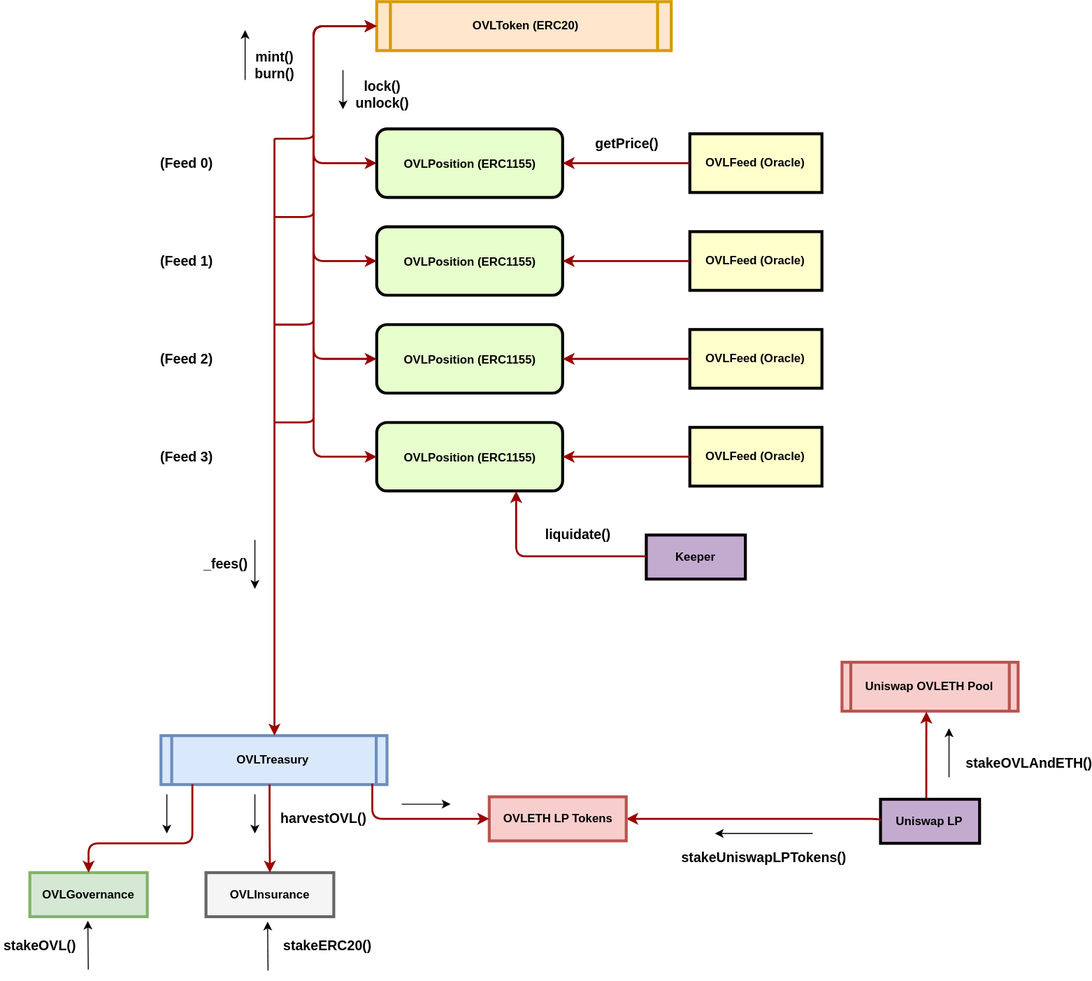
Before: specs/OVL.svg, a diagram exported from draw.io (overlay-market/markets). Source tidied: cells renumbered, new cells last; positions are measured from the earlier drawing's top-left corner, leaving out a move shared by most shapes.
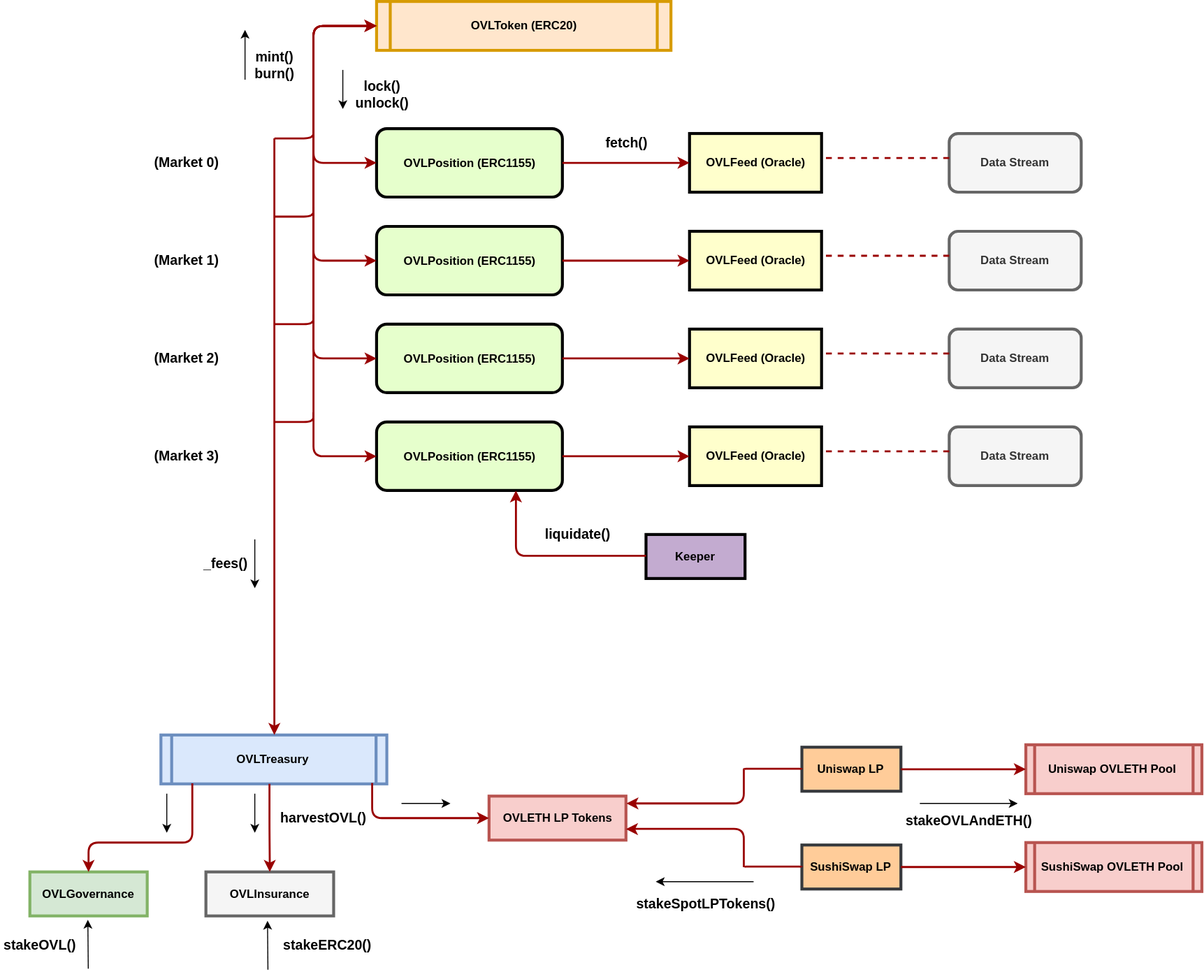
The same diagram one commit later.

Change to the diagram source:
```diff
@@ -11,7 +11,7 @@
     <mxCell id="4" value="OVLFeed (Oracle)" style="whiteSpace=wrap;align=center;verticalAlign=middle;fontStyle=1;strokeWidth=3;fillColor=#FFFFCC;" parent="1" vertex="1">
       <mxGeometry x="704.5" y="135" width="135" height="60" as="geometry" />
     </mxCell>
-    <mxCell id="5" style="edgeStyle=elbowEdgeStyle;elbow=vertical;strokeColor=#990000;strokeWidth=2;entryX=1;entryY=0.5;entryDx=0;entryDy=0;exitX=0;exitY=0.5;exitDx=0;exitDy=0;" parent="1" edge="1" source="4" target="3">
+    <mxCell id="5" style="edgeStyle=elbowEdgeStyle;elbow=vertical;strokeColor=#990000;strokeWidth=2;entryX=1;entryY=0.5;entryDx=0;entryDy=0;exitX=0;exitY=0.5;exitDx=0;exitDy=0;startArrow=classic;startFill=1;endArrow=none;endFill=0;" parent="1" edge="1" source="4" target="3">
       <mxGeometry relative="1" as="geometry">
         <Array as="points">
           <mxPoint x="574.5" y="165" />
@@ -25,7 +25,7 @@
         </Array>
       </mxGeometry>
     </mxCell>
-    <mxCell id="7" value="(Feed 0)" style="text;strokeColor=none;fillColor=none;html=1;fontSize=14;fontStyle=1;verticalAlign=middle;align=center;" parent="1" vertex="1">
+    <mxCell id="7" value="(Market 0)" style="text;strokeColor=none;fillColor=none;html=1;fontSize=14;fontStyle=1;verticalAlign=middle;align=center;" parent="1" vertex="1">
       <mxGeometry x="140" y="150" width="100" height="30" as="geometry" />
     </mxCell>
     <mxCell id="8" value="&lt;br&gt;&lt;div&gt;&lt;br&gt;&lt;/div&gt;&lt;div&gt;OVLPosition (ERC1155)&lt;/div&gt;" style="verticalAlign=middle;align=center;overflow=fill;fontSize=12;fontFamily=Helvetica;html=1;rounded=1;fontStyle=1;strokeWidth=3;fillColor=#E6FFCC;" parent="1" vertex="1">
@@ -34,14 +34,14 @@
     <mxCell id="9" value="OVLFeed (Oracle)" style="whiteSpace=wrap;align=center;verticalAlign=middle;fontStyle=1;strokeWidth=3;fillColor=#FFFFCC;" parent="1" vertex="1">
       <mxGeometry x="704.5" y="235" width="135" height="60" as="geometry" />
     </mxCell>
-    <mxCell id="10" style="edgeStyle=elbowEdgeStyle;elbow=vertical;strokeColor=#990000;strokeWidth=2;entryX=1;entryY=0.5;entryDx=0;entryDy=0;exitX=0;exitY=0.5;exitDx=0;exitDy=0;" parent="1" edge="1" source="9" target="8">
+    <mxCell id="10" style="edgeStyle=elbowEdgeStyle;elbow=vertical;strokeColor=#990000;strokeWidth=2;entryX=1;entryY=0.5;entryDx=0;entryDy=0;exitX=0;exitY=0.5;exitDx=0;exitDy=0;startArrow=classic;startFill=1;endArrow=none;endFill=0;" parent="1" edge="1" source="9" target="8">
       <mxGeometry relative="1" as="geometry">
         <Array as="points">
           <mxPoint x="574.5" y="265" />
         </Array>
       </mxGeometry>
     </mxCell>
-    <mxCell id="11" value="(Feed 1)" style="text;strokeColor=none;fillColor=none;html=1;fontSize=14;fontStyle=1;verticalAlign=middle;align=center;" parent="1" vertex="1">
+    <mxCell id="11" value="(Market 1)" style="text;strokeColor=none;fillColor=none;html=1;fontSize=14;fontStyle=1;verticalAlign=middle;align=center;" parent="1" vertex="1">
       <mxGeometry x="140" y="250" width="100" height="30" as="geometry" />
     </mxCell>
     <mxCell id="12" value="&lt;br&gt;&lt;div&gt;&lt;br&gt;&lt;/div&gt;&lt;div&gt;OVLPosition (ERC1155)&lt;/div&gt;" style="verticalAlign=middle;align=center;overflow=fill;fontSize=12;fontFamily=Helvetica;html=1;rounded=1;fontStyle=1;strokeWidth=3;fillColor=#E6FFCC;" parent="1" vertex="1">
@@ -50,14 +50,14 @@
     <mxCell id="13" value="OVLFeed (Oracle)" style="whiteSpace=wrap;align=center;verticalAlign=middle;fontStyle=1;strokeWidth=3;fillColor=#FFFFCC;" parent="1" vertex="1">
       <mxGeometry x="704.5" y="335" width="135" height="60" as="geometry" />
     </mxCell>
-    <mxCell id="14" style="edgeStyle=elbowEdgeStyle;elbow=vertical;strokeColor=#990000;strokeWidth=2;entryX=1;entryY=0.5;entryDx=0;entryDy=0;exitX=0;exitY=0.5;exitDx=0;exitDy=0;" parent="1" edge="1" source="13" target="12">
+    <mxCell id="14" style="edgeStyle=elbowEdgeStyle;elbow=vertical;strokeColor=#990000;strokeWidth=2;entryX=1;entryY=0.5;entryDx=0;entryDy=0;exitX=0;exitY=0.5;exitDx=0;exitDy=0;startArrow=classic;startFill=1;endArrow=none;endFill=0;" parent="1" edge="1" source="13" target="12">
       <mxGeometry relative="1" as="geometry">
         <Array as="points">
           <mxPoint x="574.5" y="365" />
         </Array>
       </mxGeometry>
     </mxCell>
-    <mxCell id="15" value="(Feed 2)" style="text;strokeColor=none;fillColor=none;html=1;fontSize=14;fontStyle=1;verticalAlign=middle;align=center;" parent="1" vertex="1">
+    <mxCell id="15" value="(Market 2)" style="text;strokeColor=none;fillColor=none;html=1;fontSize=14;fontStyle=1;verticalAlign=middle;align=center;" parent="1" vertex="1">
       <mxGeometry x="140" y="350" width="100" height="30" as="geometry" />
     </mxCell>
     <mxCell id="16" value="&lt;br&gt;&lt;div&gt;&lt;br&gt;&lt;/div&gt;&lt;div&gt;OVLPosition (ERC1155)&lt;/div&gt;" style="verticalAlign=middle;align=center;overflow=fill;fontSize=12;fontFamily=Helvetica;html=1;rounded=1;fontStyle=1;strokeWidth=3;fillColor=#E6FFCC;" parent="1" vertex="1">
@@ -66,14 +66,14 @@
     <mxCell id="17" value="OVLFeed (Oracle)" style="whiteSpace=wrap;align=center;verticalAlign=middle;fontStyle=1;strokeWidth=3;fillColor=#FFFFCC;" parent="1" vertex="1">
       <mxGeometry x="704.5" y="435" width="135" height="60" as="geometry" />
     </mxCell>
-    <mxCell id="18" style="edgeStyle=elbowEdgeStyle;elbow=vertical;strokeColor=#990000;strokeWidth=2;entryX=1;entryY=0.5;entryDx=0;entryDy=0;exitX=0;exitY=0.5;exitDx=0;exitDy=0;" parent="1" edge="1" source="17" target="16">
+    <mxCell id="18" style="edgeStyle=elbowEdgeStyle;elbow=vertical;strokeColor=#990000;strokeWidth=2;entryX=1;entryY=0.5;entryDx=0;entryDy=0;exitX=0;exitY=0.5;exitDx=0;exitDy=0;startArrow=classic;startFill=1;endArrow=none;endFill=0;" parent="1" edge="1" source="17" target="16">
       <mxGeometry relative="1" as="geometry">
         <Array as="points">
           <mxPoint x="574.5" y="465" />
         </Array>
       </mxGeometry>
     </mxCell>
-    <mxCell id="19" value="(Feed 3)" style="text;strokeColor=none;fillColor=none;html=1;fontSize=14;fontStyle=1;verticalAlign=middle;align=center;" parent="1" vertex="1">
+    <mxCell id="19" value="(Market 3)" style="text;strokeColor=none;fillColor=none;html=1;fontSize=14;fontStyle=1;verticalAlign=middle;align=center;" parent="1" vertex="1">
       <mxGeometry x="140" y="450" width="100" height="30" as="geometry" />
     </mxCell>
     <mxCell id="20" style="edgeStyle=elbowEdgeStyle;elbow=vertical;strokeColor=#990000;strokeWidth=2;entryX=0;entryY=0.5;entryDx=0;entryDy=0;exitX=0;exitY=0.5;exitDx=0;exitDy=0;startArrow=classic;startFill=1;" parent="1" edge="1" source="8" target="2">
@@ -116,7 +116,7 @@
         <mxPoint x="350" y="110" as="targetPoint" />
       </mxGeometry>
     </mxCell>
-    <mxCell id="27" value="getPrice()" style="text;strokeColor=none;fillColor=none;html=1;fontSize=14;fontStyle=1;verticalAlign=middle;align=center;" parent="1" vertex="1">
+    <mxCell id="27" value="fetch()" style="text;strokeColor=none;fillColor=none;html=1;fontSize=14;fontStyle=1;verticalAlign=middle;align=center;" parent="1" vertex="1">
       <mxGeometry x="610" y="130" width="60" height="30" as="geometry" />
     </mxCell>
     <mxCell id="28" value="OVLTreasury" style="shape=process;whiteSpace=wrap;align=center;verticalAlign=middle;size=0.0475;fontStyle=1;strokeWidth=3;fillColor=#dae8fc;strokeColor=#6c8ebf;" parent="1" vertex="1">
@@ -215,10 +215,10 @@
       <mxGeometry y="950" width="80" height="30" as="geometry" />
     </mxCell>
     <mxCell id="45" value="Uniswap OVLETH Pool" style="shape=process;whiteSpace=wrap;align=center;verticalAlign=middle;size=0.0475;fontStyle=1;strokeWidth=3;fillColor=#f8cecc;strokeColor=#b85450;" parent="1" vertex="1">
-      <mxGeometry x="860" y="675" width="180" height="50" as="geometry" />
+      <mxGeometry x="1048.4" y="760" width="180" height="50" as="geometry" />
     </mxCell>
-    <mxCell id="46" value="Uniswap LP" style="whiteSpace=wrap;align=center;verticalAlign=middle;fontStyle=1;strokeWidth=3;fillColor=#C3ABD0;" parent="1" vertex="1">
-      <mxGeometry x="899.4" y="815" width="101.2" height="45" as="geometry" />
+    <mxCell id="46" value="Uniswap LP" style="whiteSpace=wrap;align=center;verticalAlign=middle;fontStyle=1;strokeWidth=3;fillColor=#ffcc99;strokeColor=#36393d;" parent="1" vertex="1">
+      <mxGeometry x="819.4" y="762.5" width="101.2" height="45" as="geometry" />
     </mxCell>
     <mxCell id="47" style="endArrow=classic;html=1;fontSize=14;" parent="1" edge="1">
       <mxGeometry relative="1" as="geometry">
@@ -229,13 +229,6 @@
     <mxCell id="48" value="harvestOVL()" style="text;strokeColor=none;fillColor=none;html=1;fontSize=14;fontStyle=1;verticalAlign=middle;align=center;" parent="1" vertex="1">
       <mxGeometry x="290" y="820" width="80" height="30" as="geometry" />
     </mxCell>
-    <mxCell id="49" style="edgeStyle=elbowEdgeStyle;elbow=vertical;strokeColor=#990000;strokeWidth=2;exitX=0;exitY=0.5;exitDx=0;exitDy=0;entryX=1;entryY=0.5;entryDx=0;entryDy=0;" parent="1" edge="1" source="46" target="55">
-      <mxGeometry relative="1" as="geometry">
-        <Array as="points">
-          <mxPoint x="830" y="835" />
-        </Array>
-      </mxGeometry>
-    </mxCell>
     <mxCell id="50" style="endArrow=none;html=1;fontSize=14;endFill=0;startArrow=classic;startFill=1;" parent="1" edge="1">
       <mxGeometry relative="1" as="geometry">
         <mxPoint x="170" y="850" as="sourcePoint" />
@@ -254,23 +247,17 @@
         </Array>
       </mxGeometry>
     </mxCell>
-    <mxCell id="52" style="edgeStyle=elbowEdgeStyle;elbow=vertical;strokeColor=#990000;strokeWidth=2;entryX=0.479;entryY=1.01;entryDx=0;entryDy=0;startArrow=none;startFill=0;exitX=0.462;exitY=-0.024;exitDx=0;exitDy=0;exitPerimeter=0;entryPerimeter=0;" parent="1" edge="1" source="46" target="45">
+    <mxCell id="52" style="edgeStyle=elbowEdgeStyle;elbow=vertical;strokeColor=#990000;strokeWidth=2;startArrow=none;startFill=0;" parent="1" edge="1" source="46" target="45">
       <mxGeometry relative="1" as="geometry">
         <Array as="points">
-          <mxPoint x="939.4" y="772.5" />
-          <mxPoint x="854.4" y="755" />
+          <mxPoint x="1059.4" y="785" />
+          <mxPoint x="743.8" y="702.5" />
         </Array>
       </mxGeometry>
     </mxCell>
     <mxCell id="53" value="stakeOVLAndETH()" style="text;strokeColor=none;fillColor=none;html=1;fontSize=14;fontStyle=1;verticalAlign=middle;align=center;" parent="1" vertex="1">
-      <mxGeometry x="1000.6" y="762.5" width="100" height="30" as="geometry" />
+      <mxGeometry x="940" y="822.5" width="100" height="30" as="geometry" />
     </mxCell>
-    <mxCell id="54" style="endArrow=classic;html=1;fontSize=14;" parent="1" edge="1">
-      <mxGeometry relative="1" as="geometry">
-        <mxPoint x="969.4" y="792.5" as="sourcePoint" />
-        <mxPoint x="969.4" y="742.5" as="targetPoint" />
-      </mxGeometry>
-    </mxCell>
     <mxCell id="55" value="OVLETH LP Tokens" style="whiteSpace=wrap;align=center;verticalAlign=middle;fontStyle=1;strokeWidth=3;fillColor=#f8cecc;strokeColor=#b85450;" parent="1" vertex="1">
       <mxGeometry x="499.5" y="812.5" width="140" height="45" as="geometry" />
     </mxCell>
@@ -288,13 +275,13 @@
         <mxPoint x="410" y="820" as="targetPoint" />
       </mxGeometry>
     </mxCell>
-    <mxCell id="58" value="stakeUniswapLPTokens()" style="text;strokeColor=none;fillColor=none;html=1;fontSize=14;fontStyle=1;verticalAlign=middle;align=center;" parent="1" vertex="1">
-      <mxGeometry x="740" y="860" width="80" height="30" as="geometry" />
+    <mxCell id="58" value="stakeSpotLPTokens()" style="text;strokeColor=none;fillColor=none;html=1;fontSize=14;fontStyle=1;verticalAlign=middle;align=center;" parent="1" vertex="1">
+      <mxGeometry x="681.2" y="907.5" width="80" height="30" as="geometry" />
     </mxCell>
     <mxCell id="59" style="endArrow=classic;html=1;fontSize=14;" parent="1" edge="1">
       <mxGeometry relative="1" as="geometry">
-        <mxPoint x="830" y="850" as="sourcePoint" />
-        <mxPoint x="730" y="850" as="targetPoint" />
+        <mxPoint x="770" y="900" as="sourcePoint" />
+        <mxPoint x="670" y="900" as="targetPoint" />
       </mxGeometry>
     </mxCell>
     <mxCell id="60" value="stakeERC20()" style="text;strokeColor=none;fillColor=none;html=1;fontSize=14;fontStyle=1;verticalAlign=middle;align=center;" parent="1" vertex="1">
@@ -306,5 +293,113 @@
         <mxPoint x="273" y="940" as="targetPoint" />
       </mxGeometry>
     </mxCell>
+    <mxCell id="62" value="SushiSwap OVLETH Pool" style="shape=process;whiteSpace=wrap;align=center;verticalAlign=middle;size=0.0475;fontStyle=1;strokeWidth=3;fillColor=#f8cecc;strokeColor=#b85450;" parent="1" vertex="1">
+      <mxGeometry x="1048.4" y="860" width="180" height="50" as="geometry" />
+    </mxCell>
+    <mxCell id="63" value="SushiSwap LP" style="whiteSpace=wrap;align=center;verticalAlign=middle;fontStyle=1;strokeWidth=3;fillColor=#ffcc99;strokeColor=#36393d;" parent="1" vertex="1">
+      <mxGeometry x="819.4" y="862.5" width="101.2" height="45" as="geometry" />
+    </mxCell>
+    <mxCell id="64" style="edgeStyle=elbowEdgeStyle;elbow=vertical;strokeColor=#990000;strokeWidth=2;entryX=0;entryY=0.5;entryDx=0;entryDy=0;startArrow=none;startFill=0;exitX=1;exitY=0.5;exitDx=0;exitDy=0;" parent="1" edge="1" source="63" target="62">
+      <mxGeometry relative="1" as="geometry">
+        <Array as="points">
+          <mxPoint x="980" y="885" />
+          <mxPoint x="989.4" y="885" />
+          <mxPoint x="1023.8" y="727.5" />
+        </Array>
+      </mxGeometry>
+    </mxCell>
+    <mxCell id="65" style="endArrow=none;html=1;fontSize=14;startArrow=classic;startFill=1;endFill=0;" parent="1" edge="1">
+      <mxGeometry relative="1" as="geometry">
+        <mxPoint x="1040" y="820" as="sourcePoint" />
+        <mxPoint x="940" y="820" as="targetPoint" />
+      </mxGeometry>
+    </mxCell>
+    <mxCell id="66" style="edgeStyle=elbowEdgeStyle;elbow=vertical;strokeColor=#990000;strokeWidth=2;startArrow=classic;startFill=1;endArrow=none;endFill=0;" parent="1" edge="1">
+      <mxGeometry relative="1" as="geometry">
+        <mxPoint x="640" y="820" as="sourcePoint" />
+        <mxPoint x="760" y="785" as="targetPoint" />
+        <Array as="points">
+          <mxPoint x="660" y="820" />
+          <mxPoint x="873.5" y="784.5" />
+          <mxPoint x="557.9" y="702" />
+        </Array>
+      </mxGeometry>
+    </mxCell>
+    <mxCell id="67" style="edgeStyle=elbowEdgeStyle;elbow=vertical;strokeColor=#990000;strokeWidth=2;startArrow=classic;startFill=1;endArrow=none;endFill=0;exitX=1;exitY=0.75;exitDx=0;exitDy=0;" parent="1" edge="1" source="55">
+      <mxGeometry relative="1" as="geometry">
+        <mxPoint x="760" y="885" as="targetPoint" />
+        <Array as="points">
+          <mxPoint x="650" y="846" />
+          <mxPoint x="873.5" y="884.5" />
+          <mxPoint x="557.9" y="802" />
+        </Array>
+      </mxGeometry>
+    </mxCell>
+    <mxCell id="68" style="edgeStyle=elbowEdgeStyle;elbow=vertical;strokeColor=#990000;strokeWidth=2;startArrow=none;startFill=0;endArrow=none;endFill=0;entryX=0;entryY=0.5;entryDx=0;entryDy=0;" parent="1" edge="1" target="46">
+      <mxGeometry relative="1" as="geometry">
+        <mxPoint x="760" y="785" as="sourcePoint" />
+        <Array as="points">
+          <mxPoint x="938.4" y="784.5" />
+          <mxPoint x="622.8" y="702" />
+        </Array>
+      </mxGeometry>
+    </mxCell>
+    <mxCell id="69" style="edgeStyle=elbowEdgeStyle;elbow=vertical;strokeColor=#990000;strokeWidth=2;startArrow=none;startFill=0;endArrow=none;endFill=0;entryX=0;entryY=0.5;entryDx=0;entryDy=0;" parent="1" edge="1" target="63">
+      <mxGeometry relative="1" as="geometry">
+        <mxPoint x="760" y="885" as="sourcePoint" />
+        <Array as="points">
+          <mxPoint x="938.4" y="884.5" />
+          <mxPoint x="622.8" y="802" />
+        </Array>
+      </mxGeometry>
+    </mxCell>
+    <mxCell id="70" value="Data Stream" style="whiteSpace=wrap;align=center;verticalAlign=middle;fontStyle=1;strokeWidth=3;fillColor=#f5f5f5;strokeColor=#666666;fontColor=#333333;rounded=1;" parent="1" vertex="1">
+      <mxGeometry x="970" y="135" width="135" height="60" as="geometry" />
+    </mxCell>
+    <mxCell id="71" value="Data Stream" style="whiteSpace=wrap;align=center;verticalAlign=middle;fontStyle=1;strokeWidth=3;fillColor=#f5f5f5;strokeColor=#666666;fontColor=#333333;rounded=1;" parent="1" vertex="1">
+      <mxGeometry x="970" y="235" width="135" height="60" as="geometry" />
+    </mxCell>
+    <mxCell id="72" value="Data Stream" style="whiteSpace=wrap;align=center;verticalAlign=middle;fontStyle=1;strokeWidth=3;fillColor=#f5f5f5;strokeColor=#666666;fontColor=#333333;rounded=1;" parent="1" vertex="1">
+      <mxGeometry x="970" y="335" width="135" height="60" as="geometry" />
+    </mxCell>
+    <mxCell id="73" value="Data Stream" style="whiteSpace=wrap;align=center;verticalAlign=middle;fontStyle=1;strokeWidth=3;fillColor=#f5f5f5;strokeColor=#666666;fontColor=#333333;rounded=1;" parent="1" vertex="1">
+      <mxGeometry x="970" y="435" width="135" height="60" as="geometry" />
+    </mxCell>
+    <mxCell id="74" style="edgeStyle=elbowEdgeStyle;elbow=vertical;strokeColor=#990000;strokeWidth=2;entryX=1;entryY=0.5;entryDx=0;entryDy=0;exitX=0;exitY=0.5;exitDx=0;exitDy=0;startArrow=none;startFill=0;endArrow=none;endFill=0;dashed=1;" parent="1" edge="1">
+      <mxGeometry relative="1" as="geometry">
+        <mxPoint x="970" y="160" as="sourcePoint" />
+        <mxPoint x="840" y="160" as="targetPoint" />
+        <Array as="points">
+          <mxPoint x="840" y="160" />
+        </Array>
+      </mxGeometry>
+    </mxCell>
+    <mxCell id="75" style="edgeStyle=elbowEdgeStyle;elbow=vertical;strokeColor=#990000;strokeWidth=2;entryX=1;entryY=0.5;entryDx=0;entryDy=0;exitX=0;exitY=0.5;exitDx=0;exitDy=0;startArrow=none;startFill=0;endArrow=none;endFill=0;dashed=1;" parent="1" edge="1">
+      <mxGeometry relative="1" as="geometry">
+        <mxPoint x="970" y="260" as="sourcePoint" />
+        <mxPoint x="840" y="260" as="targetPoint" />
+        <Array as="points">
+          <mxPoint x="840" y="260" />
+        </Array>
+      </mxGeometry>
+    </mxCell>
+    <mxCell id="76" style="edgeStyle=elbowEdgeStyle;elbow=vertical;strokeColor=#990000;strokeWidth=2;entryX=1;entryY=0.5;entryDx=0;entryDy=0;exitX=0;exitY=0.5;exitDx=0;exitDy=0;startArrow=none;startFill=0;endArrow=none;endFill=0;dashed=1;" parent="1" edge="1">
+      <mxGeometry relative="1" as="geometry">
+        <mxPoint x="970" y="360" as="sourcePoint" />
+        <mxPoint x="840" y="360" as="targetPoint" />
+        <Array as="points">
+          <mxPoint x="840" y="360" />
+        </Array>
+      </mxGeometry>
+    </mxCell>
+    <mxCell id="77" style="edgeStyle=elbowEdgeStyle;elbow=vertical;strokeColor=#990000;strokeWidth=2;entryX=1;entryY=0.5;entryDx=0;entryDy=0;exitX=0;exitY=0.5;exitDx=0;exitDy=0;startArrow=none;startFill=0;endArrow=none;endFill=0;dashed=1;" parent="1" edge="1">
+      <mxGeometry relative="1" as="geometry">
+        <mxPoint x="970" y="460" as="sourcePoint" />
+        <mxPoint x="840" y="460" as="targetPoint" />
+        <Array as="points">
+          <mxPoint x="840" y="460" />
+        </Array>
+      </mxGeometry>
+    </mxCell>
   </root>
 </mxGraphModel>
```
